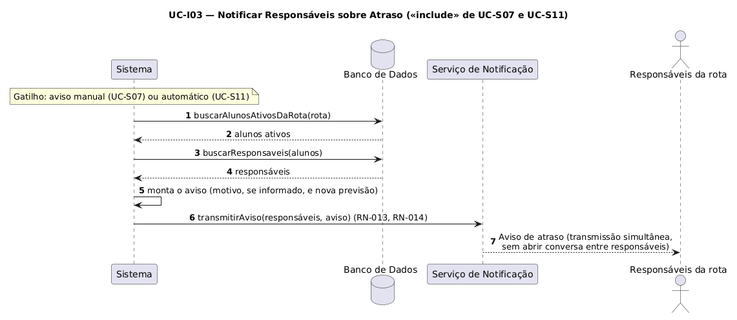
The PlantUML diagram documentos/atividade-04/imagens/UC-I03.png in luisgustavoribeirodefreitas/VanTrack, before a commit.
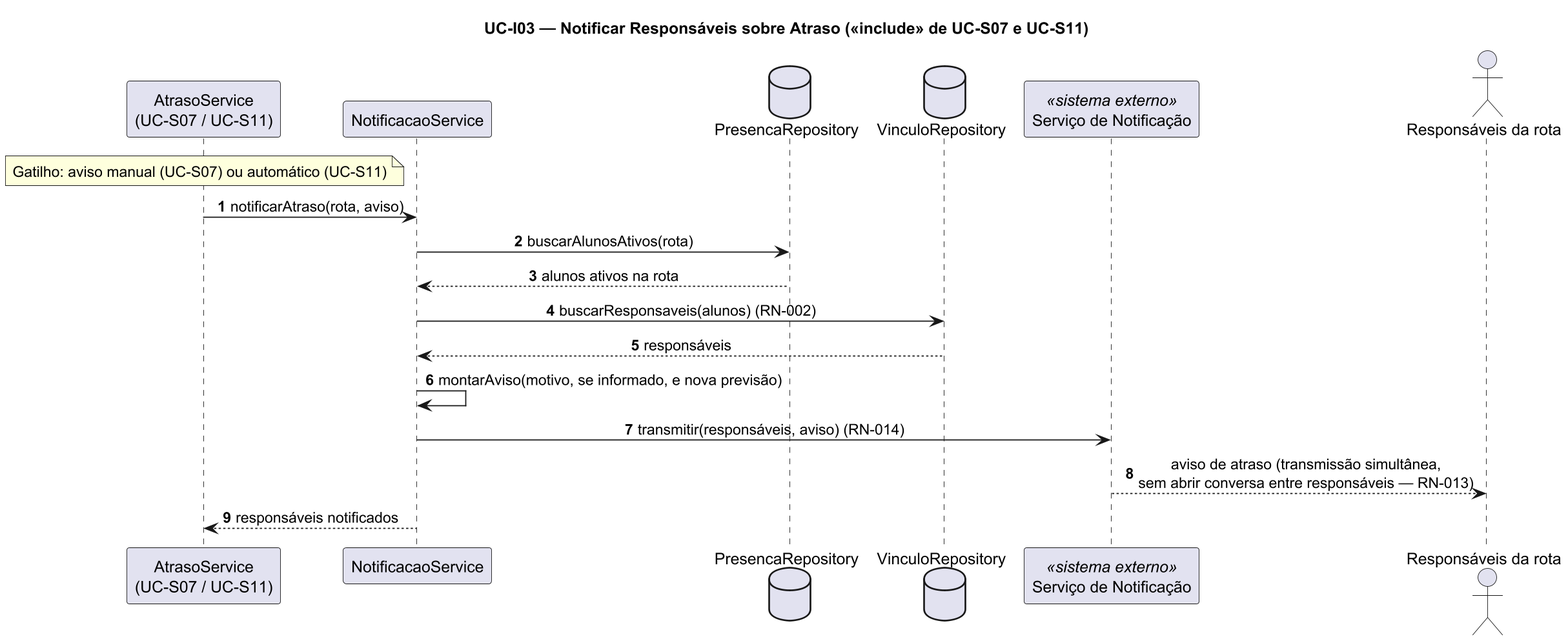
After the commit.

Diff of the diagram source:
```diff
@@ -1,20 +1,26 @@
 @startuml UC-I03
+skinparamlocked dpi 170
 title UC-I03 — Notificar Responsáveis sobre Atraso («include» de UC-S07 e UC-S11)
 skinparam sequenceMessageAlign center
+skinparam responseMessageBelowArrow true
 autonumber
 
-participant "Sistema" as S
-database "Banco de Dados" as DB
-participant "Serviço de Notificação" as Push
+participant "AtrasoService\n(UC-S07 / UC-S11)" as AS
+participant "NotificacaoService" as S
+database "PresencaRepository" as PRepo
+database "VinculoRepository" as VRepo
+participant "Serviço de Notificação" as Push <<sistema externo>>
 actor "Responsáveis da rota" as R
 
-note over S : Gatilho: aviso manual (UC-S07) ou automático (UC-S11)
+note over AS : Gatilho: aviso manual (UC-S07) ou automático (UC-S11)
 
-S -> DB : buscarAlunosAtivosDaRota(rota)
-DB --> S : alunos ativos
-S -> DB : buscarResponsaveis(alunos)
-DB --> S : responsáveis
-S -> S : monta o aviso (motivo, se informado, e nova previsão)
-S -> Push : transmitirAviso(responsáveis, aviso) (RN-013, RN-014)
-Push --> R : Aviso de atraso (transmissão simultânea,\nsem abrir conversa entre responsáveis)
+AS -> S : notificarAtraso(rota, aviso)
+S -> PRepo : buscarAlunosAtivos(rota)
+PRepo --> S : alunos ativos na rota
+S -> VRepo : buscarResponsaveis(alunos) (RN-002)
+VRepo --> S : responsáveis
+S -> S : montarAviso(motivo, se informado, e nova previsão)
+S -> Push : transmitir(responsáveis, aviso) (RN-014)
+Push --> R : aviso de atraso (transmissão simultânea,\nsem abrir conversa entre responsáveis — RN-013)
+S --> AS : responsáveis notificados
 @enduml
```
